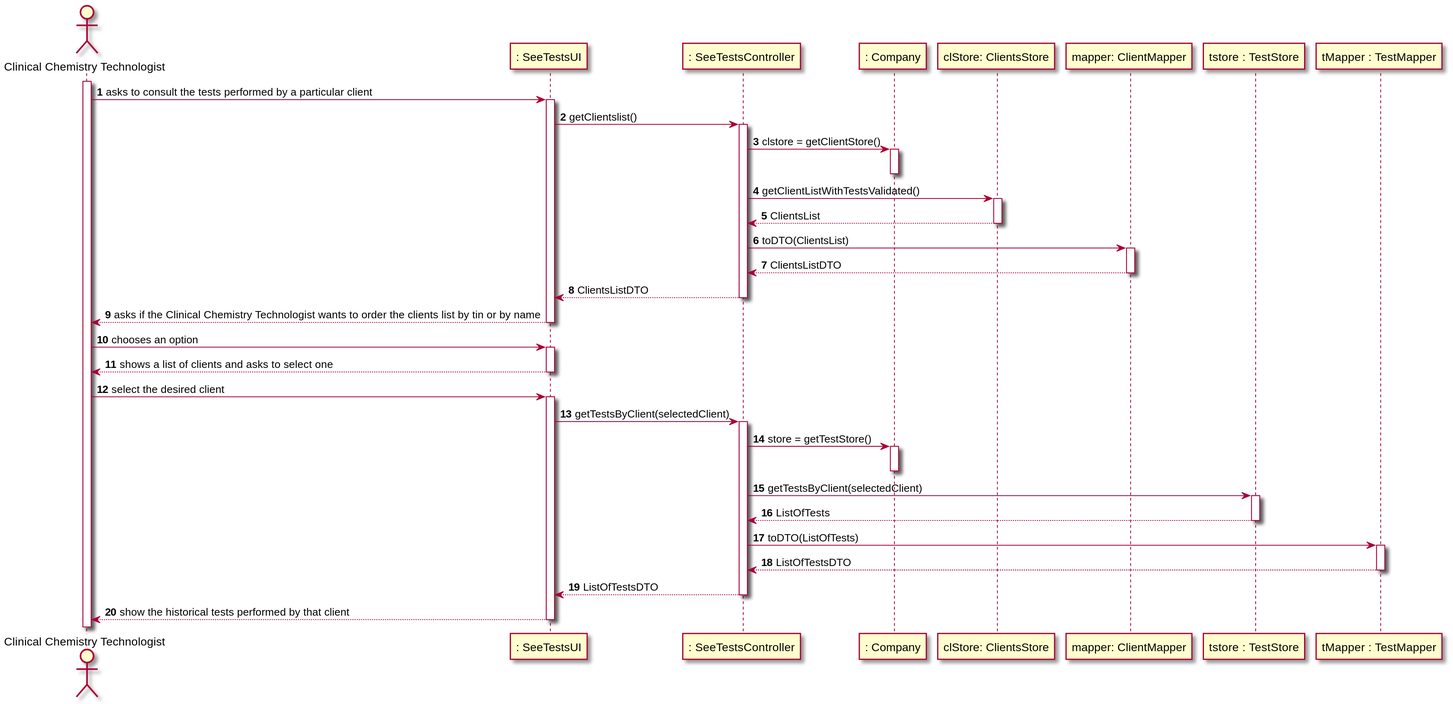
Above: docs/SprintD/US13/US13_SD.svg in manu-07-ela/LAPR2_ISEP (PlantUML), before the change. Source of this version:
```plantuml
@startuml

autonumber
actor "Clinical Chemistry Technologist" as CCT

participant ": SeeTestsUI" as UI
participant ": SeeTestsController" as CTRL
participant ": Company" as Comp
participant "clStore: ClientsStore" as CStore
participant "mapper: ClientMapper" as ClMapper
participant "tstore : TestStore" as tStore
participant "tMapper : TestMapper" as TMapper

activate CCT

CCT -> UI : asks to consult the tests performed by a particular client
activate UI
UI -> CTRL : getClientslist()
activate CTRL
CTRL -> Comp : clstore = getClientStore()
activate Comp
deactivate Comp
CTRL -> CStore : getClientListWithTestsValidated()
activate CStore
CStore --> CTRL : ClientsList
deactivate CStore
CTRL -> ClMapper : toDTO(ClientsList)
activate ClMapper
ClMapper --> CTRL : ClientsListDTO
deactivate ClMapper
CTRL --> UI : ClientsListDTO
deactivate CTRL
UI --> CCT : asks if the Clinical Chemistry Technologist wants to order the clients list by tin or by name
deactivate UI

CCT -> UI : chooses an option
activate UI
UI --> CCT : shows a list of clients and asks to select one
deactivate UI

CCT -> UI : select the desired client
activate UI
UI -> CTRL : getTestsByClient(selectedClient)
activate CTRL
CTRL-> Comp : store = getTestStore()
activate Comp
deactivate Comp
CTRL -> tStore : getTestsByClient(selectedClient)
activate tStore
tStore --> CTRL : ListOfTests
deactivate tStore
CTRL -> TMapper : toDTO(ListOfTests)
activate TMapper
TMapper --> CTRL : ListOfTestsDTO
deactivate TMapper
CTRL --> UI :ListOfTestsDTO
deactivate CTRL
UI --> CCT : show the historical tests performed by that client
deactivate UI




@enduml
```
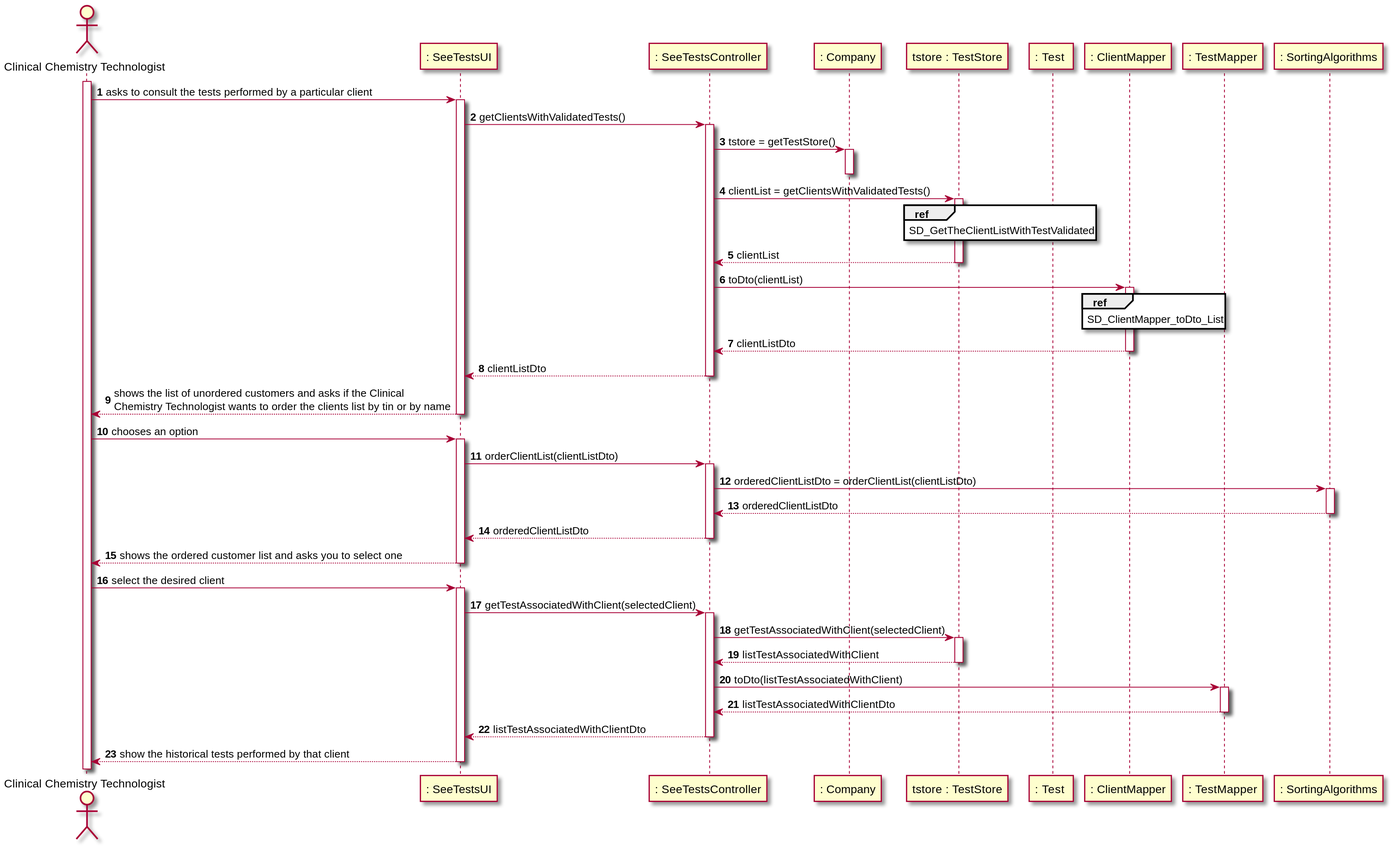
Later version of the same file.

Change to the diagram source:
```diff
@@ -4,61 +4,70 @@
 actor "Clinical Chemistry Technologist" as CCT
 
 participant ": SeeTestsUI" as UI
-participant ": SeeTestsController" as CTRL
-participant ": Company" as Comp
-participant "clStore: ClientsStore" as CStore
-participant "mapper: ClientMapper" as ClMapper
-participant "tstore : TestStore" as tStore
-participant "tMapper : TestMapper" as TMapper
-
+participant ": SeeTestsController" as CONTROLLER
+participant ": Company" as COMPANY
+participant "tstore : TestStore" as TESTSTORE
+participant ": Test " as TEST
+participant ": ClientMapper" as CLIENTMAPPER
+participant ": TestMapper" as TESTMAPPER
+participant ": SortingAlgorithms" as ALGORITHM
 activate CCT
-
 CCT -> UI : asks to consult the tests performed by a particular client
 activate UI
-UI -> CTRL : getClientslist()
-activate CTRL
-CTRL -> Comp : clstore = getClientStore()
-activate Comp
-deactivate Comp
-CTRL -> CStore : getClientListWithTestsValidated()
-activate CStore
-CStore --> CTRL : ClientsList
-deactivate CStore
-CTRL -> ClMapper : toDTO(ClientsList)
-activate ClMapper
-ClMapper --> CTRL : ClientsListDTO
-deactivate ClMapper
-CTRL --> UI : ClientsListDTO
-deactivate CTRL
-UI --> CCT : asks if the Clinical Chemistry Technologist wants to order the clients list by tin or by name
+UI->CONTROLLER : getClientsWithValidatedTests()
+activate CONTROLLER
+CONTROLLER->COMPANY : tstore = getTestStore()
+activate COMPANY
+deactivate COMPANY
+CONTROLLER->TESTSTORE : clientList = getClientsWithValidatedTests()
+activate TESTSTORE
+ref over TESTSTORE
+SD_GetTheClientListWithTestValidated
+end ref
+TESTSTORE-->CONTROLLER : clientList
+deactivate TESTSTORE
+CONTROLLER->CLIENTMAPPER : toDto(clientList)
+activate CLIENTMAPPER
+ref over CLIENTMAPPER
+SD_ClientMapper_toDto_List
+end ref
+CLIENTMAPPER-->CONTROLLER : clientListDto
+deactivate CLIENTMAPPER
+deactivate TESTSTORE
+CONTROLLER-->UI : clientListDto
+deactivate CONTROLLER
+UI --> CCT : shows the list of unordered customers and asks if the Clinical \nChemistry Technologist wants to order the clients list by tin or by name
 deactivate UI
 
 CCT -> UI : chooses an option
 activate UI
-UI --> CCT : shows a list of clients and asks to select one
+UI->CONTROLLER : orderClientList(clientListDto)
+activate CONTROLLER
+CONTROLLER->ALGORITHM : orderedClientListDto = orderClientList(clientListDto)
+activate ALGORITHM
+ALGORITHM-->CONTROLLER : orderedClientListDto
+deactivate ALGORITHM
+deactivate CLIENTMAPPER
+CONTROLLER-->UI : orderedClientListDto
+deactivate CONTROLLER
+UI--> CCT : shows the ordered customer list and asks you to select one
 deactivate UI
-
 CCT -> UI : select the desired client
 activate UI
-UI -> CTRL : getTestsByClient(selectedClient)
-activate CTRL
-CTRL-> Comp : store = getTestStore()
-activate Comp
-deactivate Comp
-CTRL -> tStore : getTestsByClient(selectedClient)
-activate tStore
-tStore --> CTRL : ListOfTests
-deactivate tStore
-CTRL -> TMapper : toDTO(ListOfTests)
-activate TMapper
-TMapper --> CTRL : ListOfTestsDTO
-deactivate TMapper
-CTRL --> UI :ListOfTestsDTO
-deactivate CTRL
+UI->CONTROLLER : getTestAssociatedWithClient(selectedClient)
+activate CONTROLLER
+CONTROLLER->TESTSTORE : getTestAssociatedWithClient(selectedClient)
+activate TESTSTORE
+TESTSTORE-->CONTROLLER : listTestAssociatedWithClient
+deactivate TESTSTORE
+CONTROLLER->TESTMAPPER : toDto(listTestAssociatedWithClient)
+activate TESTMAPPER
+TESTMAPPER-->CONTROLLER : listTestAssociatedWithClientDto
+deactivate TESTMAPPER
+CONTROLLER-->UI : listTestAssociatedWithClientDto
+deactivate CONTROLLER
 UI --> CCT : show the historical tests performed by that client
 deactivate UI
 
 
-
-
 @enduml
```
